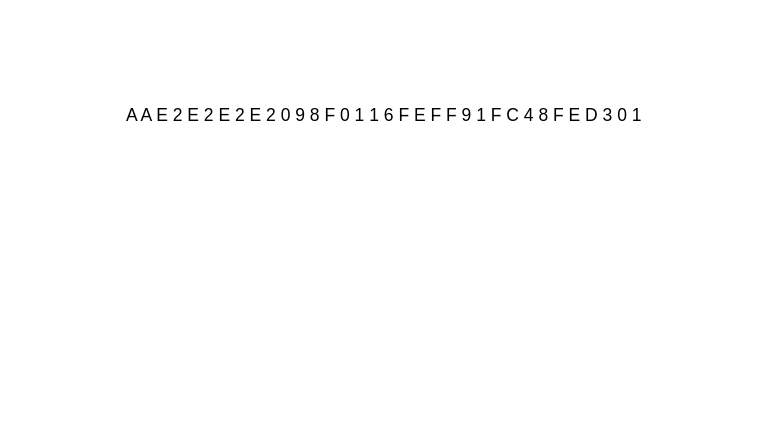
This is drawings_doc.drawio from julienissuts/DESEM_project, a draw.io file, before an edit. Source tidied: cells renumbered, new cells numbered last; positions are measured from the earlier drawing's top-left corner, leaving out a move shared by most shapes. Both pictures are drawn from the tidied source at 125%, with x=0, y=0 at pixel (21, 96).
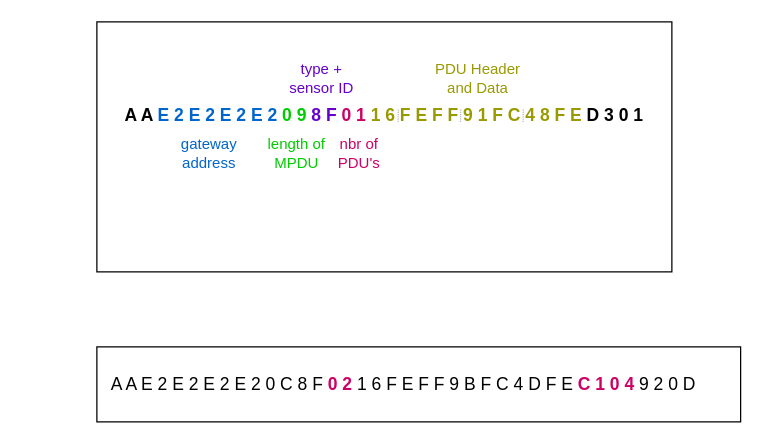
The same page after the edit.

The edit, as a diff of the source:
```diff
@@
 <mxGraphModel>
   <root>
     <mxCell id="0" />
     <mxCell id="1" parent="0" />
+    <mxCell id="4" style="rounded=0;whiteSpace=wrap;html=1;" parent="1" vertex="1">
+      <mxGeometry x="60" y="-60" width="460" height="200" as="geometry" />
+    </mxCell>
     <mxCell id="2" style="rounded=0;whiteSpace=wrap;html=1;strokeColor=none;" parent="1" vertex="1">
       <mxGeometry x="130" width="80" height="30" as="geometry" />
     </mxCell>
-    <mxCell id="3" value="&lt;font style=&quot;font-size: 14px;&quot;&gt;A A E 2 E 2 E 2 E 2 0 9 8 F 0 1 1 6 F E F F 9 1 F C 4 8 F E D 3 0 1&lt;/font&gt;" style="text;html=1;strokeColor=none;fillColor=none;align=center;verticalAlign=middle;whiteSpace=wrap;rounded=0;" parent="1" vertex="1">
+    <mxCell id="3" value="&lt;font style=&quot;font-size: 14px;&quot;&gt;&lt;b&gt;A A &lt;font color=&quot;#0066cc&quot;&gt;E 2 E 2 E 2 E 2&lt;/font&gt; &lt;font color=&quot;#00cc00&quot;&gt;0 9&lt;/font&gt; &lt;font color=&quot;#6600cc&quot;&gt;8 F&lt;/font&gt; &lt;font color=&quot;#cc0066&quot;&gt;0 1&lt;/font&gt; &lt;font color=&quot;#999900&quot;&gt;1 6 F E F F 9 1 F C 4 8 F E&lt;/font&gt; D 3 0 1&lt;/b&gt;&lt;/font&gt;" style="text;html=1;strokeColor=none;fillColor=none;align=center;verticalAlign=middle;whiteSpace=wrap;rounded=0;" parent="1" vertex="1">
       <mxGeometry y="10" width="580" height="10" as="geometry" />
     </mxCell>
+    <mxCell id="5" value="&lt;font color=&quot;#0066cc&quot;&gt;gateway address&lt;/font&gt;" style="text;html=1;strokeColor=none;fillColor=none;align=center;verticalAlign=middle;whiteSpace=wrap;rounded=0;" parent="1" vertex="1">
+      <mxGeometry x="120" y="30" width="60" height="30" as="geometry" />
+    </mxCell>
+    <mxCell id="6" value="&lt;font color=&quot;#00cc00&quot;&gt;length of MPDU&lt;/font&gt;" style="text;html=1;strokeColor=none;fillColor=none;align=center;verticalAlign=middle;whiteSpace=wrap;rounded=0;" parent="1" vertex="1">
+      <mxGeometry x="190" y="30" width="60" height="30" as="geometry" />
+    </mxCell>
+    <mxCell id="7" value="&lt;font color=&quot;#6600cc&quot;&gt;type + sensor ID&lt;/font&gt;" style="text;html=1;strokeColor=none;fillColor=none;align=center;verticalAlign=middle;whiteSpace=wrap;rounded=0;" parent="1" vertex="1">
+      <mxGeometry x="210" y="-30" width="60" height="30" as="geometry" />
+    </mxCell>
+    <mxCell id="8" value="&lt;font color=&quot;#cc0066&quot;&gt;nbr of PDU's&lt;/font&gt;" style="text;html=1;strokeColor=none;fillColor=none;align=center;verticalAlign=middle;whiteSpace=wrap;rounded=0;" parent="1" vertex="1">
+      <mxGeometry x="240" y="30" width="60" height="30" as="geometry" />
+    </mxCell>
+    <mxCell id="9" value="&lt;font color=&quot;#999900&quot;&gt;PDU Header and Data&lt;/font&gt;" style="text;html=1;strokeColor=none;fillColor=none;align=center;verticalAlign=middle;whiteSpace=wrap;rounded=0;" parent="1" vertex="1">
+      <mxGeometry x="320" y="-30" width="90" height="30" as="geometry" />
+    </mxCell>
+    <mxCell id="10" style="endArrow=none;dashed=1;html=1;strokeWidth=0.3;rounded=0;entryX=0.522;entryY=0.35;entryDx=0;entryDy=0;entryPerimeter=0;" parent="1" edge="1">
+      <mxGeometry relative="1" as="geometry">
+        <mxPoint x="301" y="20" as="sourcePoint" />
+        <mxPoint x="301.1" y="10" as="targetPoint" />
+      </mxGeometry>
+    </mxCell>
+    <mxCell id="11" style="endArrow=none;dashed=1;html=1;strokeWidth=0.3;rounded=0;entryX=0.522;entryY=0.35;entryDx=0;entryDy=0;entryPerimeter=0;" parent="1" edge="1">
+      <mxGeometry relative="1" as="geometry">
+        <mxPoint x="351" y="20" as="sourcePoint" />
+        <mxPoint x="351.1" y="10" as="targetPoint" />
+      </mxGeometry>
+    </mxCell>
+    <mxCell id="12" style="endArrow=none;dashed=1;html=1;strokeWidth=0.3;rounded=0;entryX=0.522;entryY=0.35;entryDx=0;entryDy=0;entryPerimeter=0;" parent="1" edge="1">
+      <mxGeometry relative="1" as="geometry">
+        <mxPoint x="401" y="20" as="sourcePoint" />
+        <mxPoint x="401.1" y="10" as="targetPoint" />
+      </mxGeometry>
+    </mxCell>
+    <mxCell id="13" style="rounded=0;whiteSpace=wrap;html=1;" parent="1" vertex="1">
+      <mxGeometry x="60" y="200" width="515" height="60" as="geometry" />
+    </mxCell>
+    <mxCell id="14" value="&lt;font style=&quot;font-size: 14px;&quot;&gt;A A E 2 E 2 E 2 E 2 0 C 8 F &lt;b&gt;&lt;font color=&quot;#cc0066&quot;&gt;0 2&lt;/font&gt;&lt;/b&gt; 1 6 F E F F 9 B F C 4 D F E &lt;b&gt;&lt;font color=&quot;#cc0066&quot;&gt;C 1 0 4&lt;/font&gt;&lt;/b&gt; 9 2 0 D&lt;/font&gt;" style="text;html=1;align=center;verticalAlign=middle;strokeColor=none;fillColor=none;" parent="1" vertex="1">
+      <mxGeometry x="60" y="215" width="490" height="30" as="geometry" />
+    </mxCell>
   </root>
 </mxGraphModel>
```
